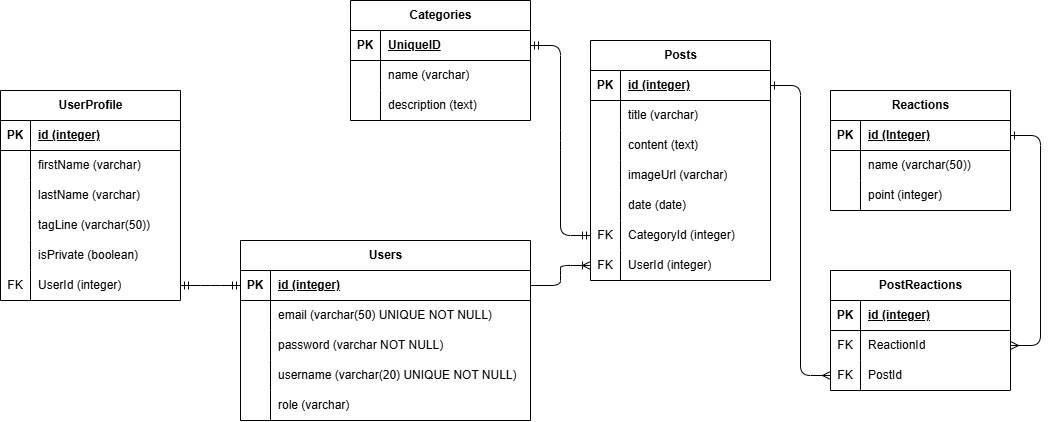
Before: erd.drawio.png, a diagram exported from draw.io (HozFisen/p1-hozclover-pp1-socialmedia). Source tidied: cells renumbered, new cells last; positions are measured from the earlier drawing's top-left corner, leaving out a move shared by most shapes.
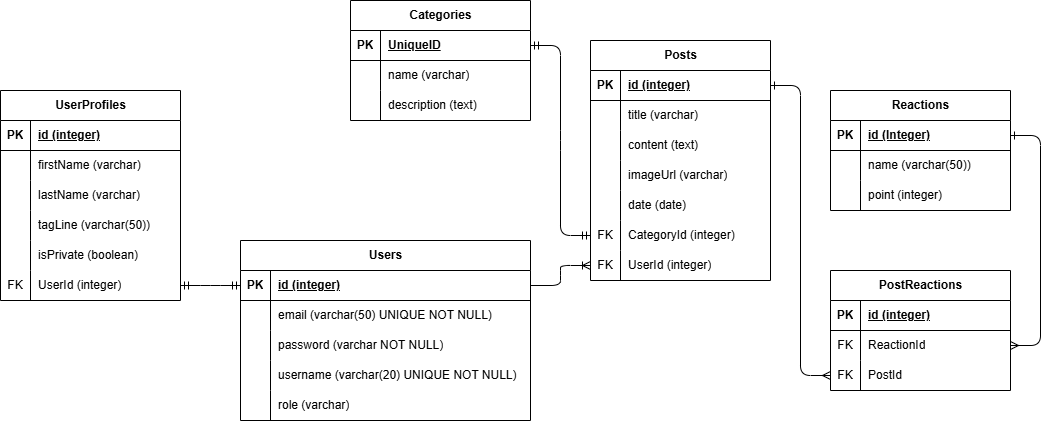
The same file after the commit.

The edit, as a diff of the source:
```diff
@@ -146,7 +146,7 @@
     <mxCell id="49" value="point (integer)" style="shape=partialRectangle;fillColor=none;top=0;left=0;bottom=0;right=0;align=left;spacingLeft=6;overflow=hidden;whiteSpace=wrap;html=1;" parent="47" vertex="1">
       <mxGeometry x="30" width="150" height="30" as="geometry" />
     </mxCell>
-    <mxCell id="50" value="UserProfile" style="shape=table;startSize=30;rowLines=0;fontStyle=1;align=center;html=1;" parent="1" vertex="1">
+    <mxCell id="50" value="UserProfiles" style="shape=table;startSize=30;rowLines=0;fontStyle=1;align=center;html=1;" parent="1" vertex="1">
       <mxGeometry y="90" width="180" height="210" as="geometry" />
     </mxCell>
     <mxCell id="51" style="shape=tableRow;horizontal=0;startSize=0;swimlaneHead=0;swimlaneBody=0;fillColor=none;top=0;left=0;right=0;bottom=1;" parent="50" vertex="1">
```
